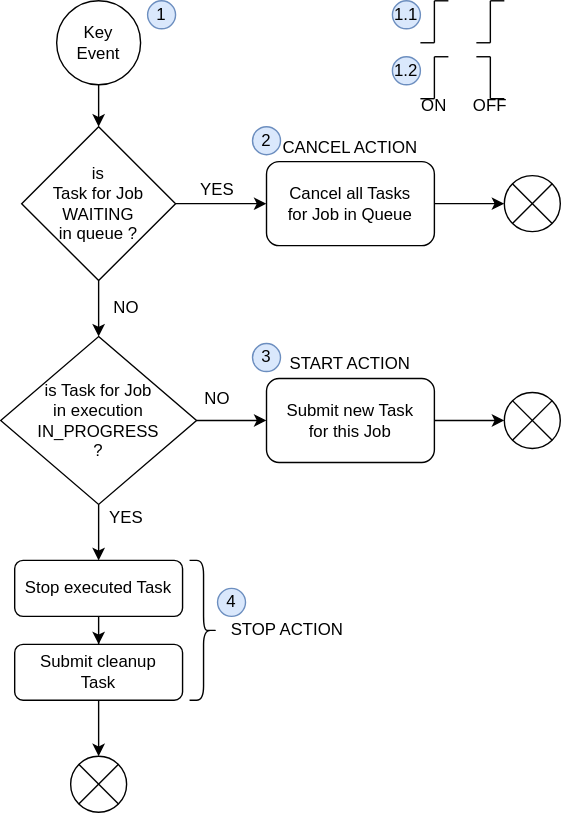
Above: rpi-powercontroller/docs/key-event-processing.svg in jveverka/rpi-projects (draw.io), before the change. Source tidied: cells renumbered, new cells last; positions are measured from the earlier drawing's top-left corner, leaving out a move shared by most shapes.
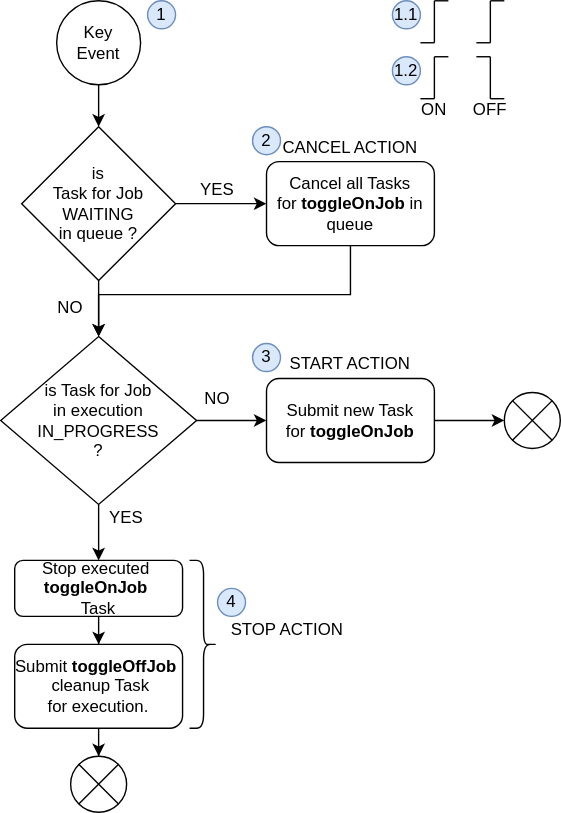
After the change.

Change to the diagram source:
```diff
@@ -17,15 +17,17 @@
     <mxCell id="6" value="is&lt;br&gt;Task for Job&lt;br&gt;WAITING&lt;br&gt;in queue ?" style="rhombus;whiteSpace=wrap;html=1;" parent="1" vertex="1">
       <mxGeometry x="15" y="90" width="110" height="110" as="geometry" />
     </mxCell>
-    <mxCell id="7" style="edgeStyle=orthogonalEdgeStyle;rounded=0;jettySize=auto;html=1;" parent="1" edge="1" source="8" target="9">
-      <mxGeometry relative="1" as="geometry" />
+    <mxCell id="7" style="edgeStyle=orthogonalEdgeStyle;rounded=0;jettySize=auto;html=1;entryX=0.5;entryY=0;entryDx=0;entryDy=0;" parent="1" edge="1" source="8" target="13">
+      <mxGeometry relative="1" as="geometry">
+        <Array as="points">
+          <mxPoint x="250" y="210" />
+          <mxPoint x="70" y="210" />
+        </Array>
+      </mxGeometry>
     </mxCell>
-    <mxCell id="8" value="Cancel all Tasks &lt;br&gt;for Job in Queue" style="rounded=1;whiteSpace=wrap;html=1;" parent="1" vertex="1">
+    <mxCell id="8" value="Cancel all Tasks &lt;br&gt;for &lt;b&gt;toggleOnJob&lt;/b&gt; in queue" style="rounded=1;whiteSpace=wrap;html=1;" parent="1" vertex="1">
       <mxGeometry x="190" y="115" width="120" height="60" as="geometry" />
     </mxCell>
-    <mxCell id="9" style="shape=sumEllipse;perimeter=ellipsePerimeter;whiteSpace=wrap;html=1;backgroundOutline=1;" parent="1" vertex="1">
-      <mxGeometry x="360" y="125" width="40" height="40" as="geometry" />
-    </mxCell>
     <mxCell id="10" value="YES" style="text;html=1;strokeColor=none;fillColor=none;align=center;verticalAlign=middle;whiteSpace=wrap;rounded=0;" parent="1" vertex="1">
       <mxGeometry x="135" y="125" width="40" height="20" as="geometry" />
     </mxCell>
@@ -39,12 +41,12 @@
       <mxGeometry y="240" width="140" height="120" as="geometry" />
     </mxCell>
     <mxCell id="14" value="NO" style="text;html=1;strokeColor=none;fillColor=none;align=center;verticalAlign=middle;whiteSpace=wrap;rounded=0;" parent="1" vertex="1">
-      <mxGeometry x="70" y="210" width="40" height="20" as="geometry" />
+      <mxGeometry x="30" y="210" width="40" height="20" as="geometry" />
     </mxCell>
     <mxCell id="15" style="edgeStyle=orthogonalEdgeStyle;rounded=0;jettySize=auto;html=1;" parent="1" edge="1" source="16" target="17">
       <mxGeometry relative="1" as="geometry" />
     </mxCell>
-    <mxCell id="16" value="Submit new Task&lt;br&gt;for this Job" style="rounded=1;whiteSpace=wrap;html=1;" parent="1" vertex="1">
+    <mxCell id="16" value="Submit new Task&lt;br&gt;for&amp;nbsp;&lt;b&gt;toggleOnJob&lt;/b&gt;" style="rounded=1;whiteSpace=wrap;html=1;" parent="1" vertex="1">
       <mxGeometry x="190" y="270" width="120" height="60" as="geometry" />
     </mxCell>
     <mxCell id="17" style="shape=sumEllipse;perimeter=ellipsePerimeter;whiteSpace=wrap;html=1;backgroundOutline=1;" parent="1" vertex="1">
@@ -68,7 +70,7 @@
     <mxCell id="23" style="edgeStyle=orthogonalEdgeStyle;rounded=0;jettySize=auto;html=1;" parent="1" edge="1" source="24" target="27">
       <mxGeometry relative="1" as="geometry" />
     </mxCell>
-    <mxCell id="24" value="Stop executed Task" style="rounded=1;whiteSpace=wrap;html=1;" parent="1" vertex="1">
+    <mxCell id="24" value="Stop executed&amp;nbsp;&lt;br&gt;&lt;b&gt;toggleOnJob&amp;nbsp;&lt;/b&gt;&lt;br&gt;Task" style="rounded=1;whiteSpace=wrap;html=1;" parent="1" vertex="1">
       <mxGeometry x="10" y="400" width="120" height="40" as="geometry" />
     </mxCell>
     <mxCell id="25" value="YES" style="text;html=1;strokeColor=none;fillColor=none;align=center;verticalAlign=middle;whiteSpace=wrap;rounded=0;" parent="1" vertex="1">
@@ -77,8 +79,8 @@
     <mxCell id="26" style="edgeStyle=orthogonalEdgeStyle;rounded=0;jettySize=auto;html=1;" parent="1" edge="1" source="27" target="28">
       <mxGeometry relative="1" as="geometry" />
     </mxCell>
-    <mxCell id="27" value="Submit cleanup&lt;br&gt;Task" style="rounded=1;whiteSpace=wrap;html=1;" parent="1" vertex="1">
-      <mxGeometry x="10" y="460" width="120" height="40" as="geometry" />
+    <mxCell id="27" value="Submit&amp;nbsp;&lt;b&gt;toggleOffJob&amp;nbsp;&lt;/b&gt;&lt;br&gt;&amp;nbsp;cleanup Task&lt;br&gt;for execution." style="rounded=1;whiteSpace=wrap;html=1;" parent="1" vertex="1">
+      <mxGeometry x="10" y="460" width="120" height="60" as="geometry" />
     </mxCell>
     <mxCell id="28" style="shape=sumEllipse;perimeter=ellipsePerimeter;whiteSpace=wrap;html=1;backgroundOutline=1;" parent="1" vertex="1">
       <mxGeometry x="50" y="540" width="40" height="40" as="geometry" />
@@ -87,7 +89,7 @@
       <mxGeometry x="155" y="420" width="20" height="20" as="geometry" />
     </mxCell>
     <mxCell id="30" style="shape=curlyBracket;whiteSpace=wrap;html=1;rounded=1;rotation=-180;" parent="1" vertex="1">
-      <mxGeometry x="135" y="400" width="20" height="100" as="geometry" />
+      <mxGeometry x="135" y="400" width="20" height="120" as="geometry" />
     </mxCell>
     <mxCell id="31" value="STOP ACTION" style="text;html=1;strokeColor=none;fillColor=none;align=center;verticalAlign=middle;whiteSpace=wrap;rounded=0;" parent="1" vertex="1">
       <mxGeometry x="150" y="440" width="110" height="20" as="geometry" />
@@ -177,10 +179,10 @@
       <mxGeometry x="280" y="40" width="20" height="20" as="geometry" />
     </mxCell>
     <mxCell id="47" value="ON" style="text;html=1;strokeColor=none;fillColor=none;align=center;verticalAlign=middle;whiteSpace=wrap;rounded=0;" parent="1" vertex="1">
-      <mxGeometry x="300" y="70" width="20" height="10" as="geometry" />
+      <mxGeometry x="300" y="73" width="20" height="10" as="geometry" />
     </mxCell>
     <mxCell id="48" value="OFF" style="text;html=1;strokeColor=none;fillColor=none;align=center;verticalAlign=middle;whiteSpace=wrap;rounded=0;" parent="1" vertex="1">
-      <mxGeometry x="340" y="70" width="20" height="10" as="geometry" />
+      <mxGeometry x="340" y="73" width="20" height="10" as="geometry" />
     </mxCell>
   </root>
 </mxGraphModel>
```
